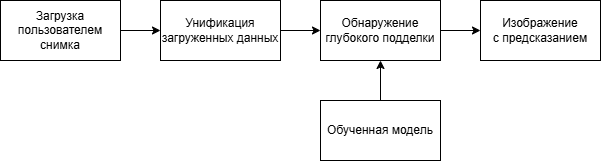
This is doc/tex/img/module-user.png from jokerva1010123/BMSTU-Diplom-Magis, a draw.io export, as it was before one commit. Source tidied: cells renumbered, new cells last; positions are measured from the earlier drawing's top-left corner, leaving out a move shared by most shapes. Source of this version:
```xml
<mxGraphModel>
  <root>
    <mxCell id="0" />
    <mxCell id="1" parent="0" />
    <mxCell id="2" style="edgeStyle=orthogonalEdgeStyle;rounded=0;jettySize=auto;html=1;exitX=1;exitY=0.5;exitDx=0;exitDy=0;entryX=0;entryY=0.5;entryDx=0;entryDy=0;" parent="1" edge="1" source="3" target="10">
      <mxGeometry relative="1" as="geometry" />
    </mxCell>
    <mxCell id="3" value="Загрузка пользователем снимка" style="rounded=0;whiteSpace=wrap;html=1;" parent="1" vertex="1">
      <mxGeometry width="120" height="60" as="geometry" />
    </mxCell>
    <mxCell id="4" style="edgeStyle=orthogonalEdgeStyle;rounded=0;jettySize=auto;html=1;entryX=0;entryY=0.5;entryDx=0;entryDy=0;" parent="1" edge="1" source="5" target="8">
      <mxGeometry relative="1" as="geometry" />
    </mxCell>
    <mxCell id="5" value="Обнаружение глубокого подделки" style="rounded=0;whiteSpace=wrap;html=1;" parent="1" vertex="1">
      <mxGeometry x="320" width="120" height="60" as="geometry" />
    </mxCell>
    <mxCell id="6" style="edgeStyle=orthogonalEdgeStyle;rounded=0;jettySize=auto;html=1;entryX=0.5;entryY=1;entryDx=0;entryDy=0;" parent="1" edge="1" source="7" target="5">
      <mxGeometry relative="1" as="geometry" />
    </mxCell>
    <mxCell id="7" value="Обученная модель" style="rounded=0;whiteSpace=wrap;html=1;" parent="1" vertex="1">
      <mxGeometry x="320" y="100" width="120" height="60" as="geometry" />
    </mxCell>
    <mxCell id="8" value="Изображение с&amp;nbsp;предсказанием" style="rounded=0;whiteSpace=wrap;html=1;" parent="1" vertex="1">
      <mxGeometry x="480" width="120" height="60" as="geometry" />
    </mxCell>
    <mxCell id="9" style="edgeStyle=orthogonalEdgeStyle;rounded=0;jettySize=auto;html=1;exitX=1;exitY=0.5;exitDx=0;exitDy=0;entryX=0;entryY=0.5;entryDx=0;entryDy=0;" parent="1" edge="1" source="10" target="5">
      <mxGeometry relative="1" as="geometry" />
    </mxCell>
    <mxCell id="10" value="Унификация загруженных данных" style="rounded=0;whiteSpace=wrap;html=1;" parent="1" vertex="1">
      <mxGeometry x="160" width="120" height="60" as="geometry" />
    </mxCell>
  </root>
</mxGraphModel>
```
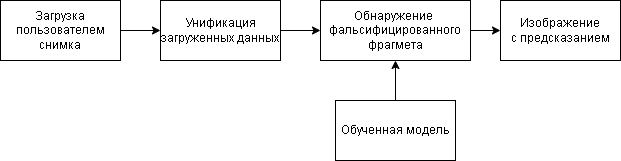
Above is the later version.

Diff of the diagram source:
```diff
@@ -11,17 +11,17 @@
     <mxCell id="4" style="edgeStyle=orthogonalEdgeStyle;rounded=0;jettySize=auto;html=1;entryX=0;entryY=0.5;entryDx=0;entryDy=0;" parent="1" edge="1" source="5" target="8">
       <mxGeometry relative="1" as="geometry" />
     </mxCell>
-    <mxCell id="5" value="Обнаружение глубокого подделки" style="rounded=0;whiteSpace=wrap;html=1;" parent="1" vertex="1">
-      <mxGeometry x="320" width="120" height="60" as="geometry" />
+    <mxCell id="5" value="Обнаружение&amp;nbsp;&lt;div&gt;фальсифицированного фрагмета&lt;/div&gt;" style="rounded=0;whiteSpace=wrap;html=1;" parent="1" vertex="1">
+      <mxGeometry x="320" width="150" height="60" as="geometry" />
     </mxCell>
     <mxCell id="6" style="edgeStyle=orthogonalEdgeStyle;rounded=0;jettySize=auto;html=1;entryX=0.5;entryY=1;entryDx=0;entryDy=0;" parent="1" edge="1" source="7" target="5">
       <mxGeometry relative="1" as="geometry" />
     </mxCell>
     <mxCell id="7" value="Обученная модель" style="rounded=0;whiteSpace=wrap;html=1;" parent="1" vertex="1">
-      <mxGeometry x="320" y="100" width="120" height="60" as="geometry" />
+      <mxGeometry x="335" y="100" width="120" height="60" as="geometry" />
     </mxCell>
     <mxCell id="8" value="Изображение с&amp;nbsp;предсказанием" style="rounded=0;whiteSpace=wrap;html=1;" parent="1" vertex="1">
-      <mxGeometry x="480" width="120" height="60" as="geometry" />
+      <mxGeometry x="500" width="120" height="60" as="geometry" />
     </mxCell>
     <mxCell id="9" style="edgeStyle=orthogonalEdgeStyle;rounded=0;jettySize=auto;html=1;exitX=1;exitY=0.5;exitDx=0;exitDy=0;entryX=0;entryY=0.5;entryDx=0;entryDy=0;" parent="1" edge="1" source="10" target="5">
       <mxGeometry relative="1" as="geometry" />
```
